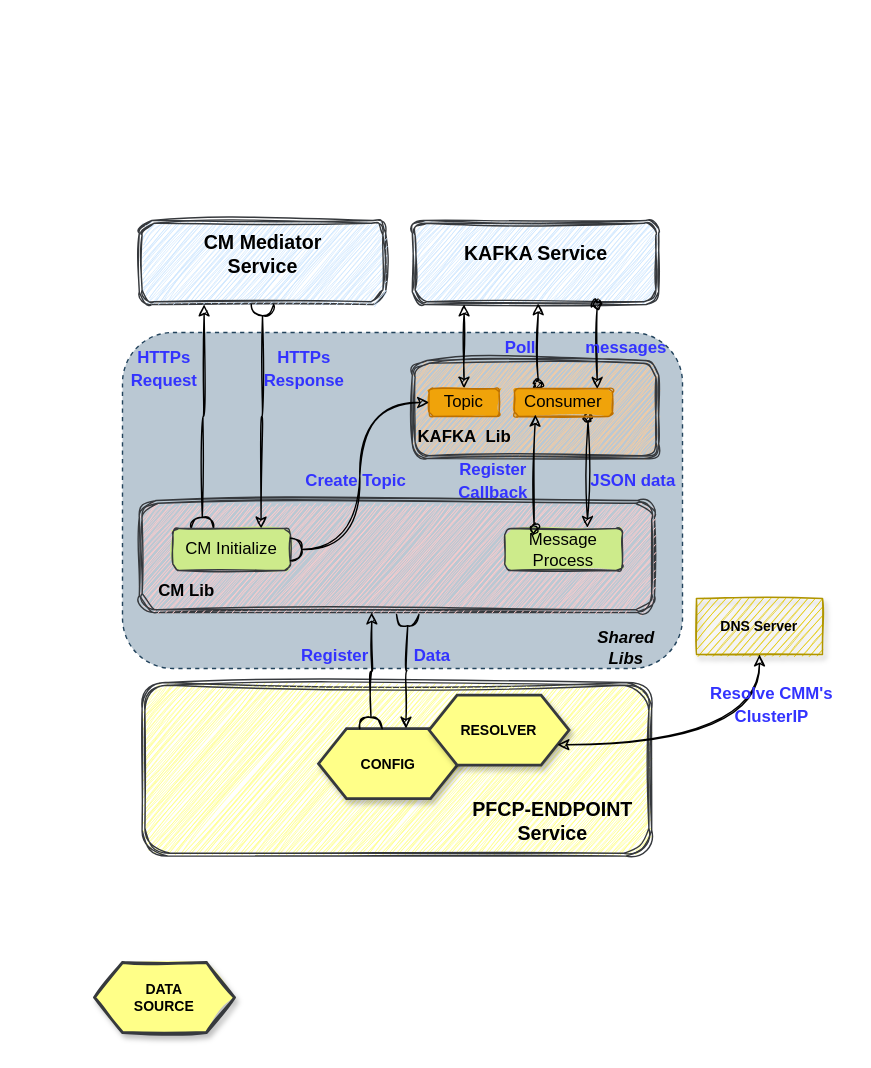
The draw.io diagram page "Config+DataSource" (3 of 5) of External_submodule.drawio in SunLucc/Test, before the edit. Source tidied: cells renumbered, new cells numbered last; positions are measured from the earlier drawing's top-left corner, leaving out a move shared by most shapes. Both pictures are drawn from the tidied source at 140%, with x=0, y=0 at pixel (94, 220).
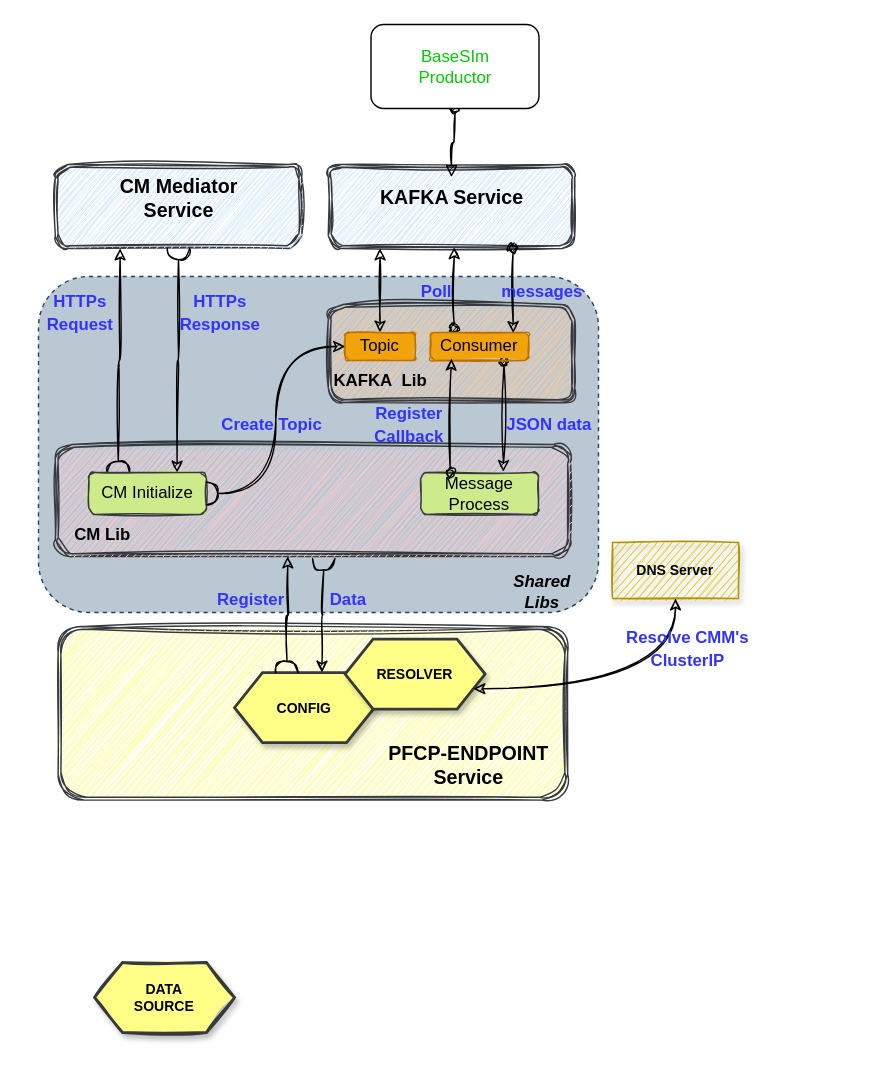
The same page after the edit.

The change refers to these unchanged cells:
```xml
<mxCell id="17" value="&lt;b&gt;KAFKA Service&lt;/b&gt;" style="text;html=1;strokeColor=none;fillColor=none;align=center;verticalAlign=middle;whiteSpace=wrap;rounded=0;shadow=0;sketch=1;fillStyle=hachure;fontSize=14;fontColor=#000000;" parent="15" vertex="1">
  <mxGeometry x="25.5" y="9" width="125" height="30" as="geometry" />
</mxCell>
```

Change to the diagram source:
```diff
@@
     <mxCell id="2" style="group;" parent="1" vertex="1">
-      <mxGeometry x="10" width="527.5" height="444" as="geometry" />
+      <mxGeometry x="-50" y="-40" width="527.5" height="444" as="geometry" />
     </mxCell>
@@
+    <mxCell id="46" style="edgeStyle=orthogonalEdgeStyle;curved=1;sketch=1;jettySize=auto;html=1;fontSize=12;fontColor=#00CC00;startArrow=oval;startFill=1;endArrow=block;endFill=1;" parent="1" edge="1" source="47" target="17">
+      <mxGeometry relative="1" as="geometry" />
+    </mxCell>
+    <mxCell id="47" value="BaseSIm&lt;br&gt;Productor" style="rounded=1;whiteSpace=wrap;html=1;shadow=0;sketch=0;fillStyle=hachure;fontSize=12;fontColor=#00CC00;fillColor=default;gradientColor=none;" parent="1" vertex="1">
+      <mxGeometry x="197.5" y="-140" width="120" height="60" as="geometry" />
+    </mxCell>
```
